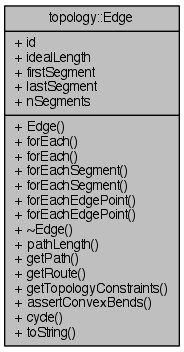
Before: documentation/classtopology_1_1Edge__coll__graph.png, a diagram exported from Graphviz (mjwybrow/adaptagrams). Its source is kept beside it as documentation/classtopology_1_1Edge__coll__graph.dot.
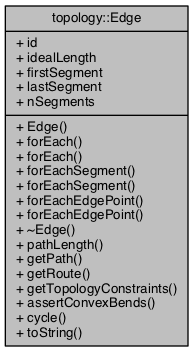
After the commit.

Change to the diagram source:
```diff
@@ -2,5 +2,5 @@
 {
   edge [fontname="Helvetica",fontsize="10",labelfontname="Helvetica",labelfontsize="10"];
   node [fontname="Helvetica",fontsize="10",shape=record];
-  Node1 [label="{topology::Edge\n|+ id\l+ idealLength\l+ firstSegment\l+ lastSegment\l+ nSegments\l|+ Edge()\l+ forEach()\l+ forEach()\l+ forEachSegment()\l+ forEachSegment()\l+ forEachEdgePoint()\l+ forEachEdgePoint()\l+ ~Edge()\l+ pathLength()\l+ getPath()\l+ getRoute()\l+ getTopologyConstraints()\l+ assertConvexBends()\l+ cycle()\l+ toString()\l}",height=0.2,width=0.4,color="black", fillcolor="grey75", style="filled" fontcolor="black"];
+  Node1 [label="{topology::Edge\n|+ id\l+ idealLength\l+ firstSegment\l+ lastSegment\l+ nSegments\l|+ Edge()\l+ forEach()\l+ forEach()\l+ forEachSegment()\l+ forEachSegment()\l+ forEachEdgePoint()\l+ forEachEdgePoint()\l+ ~Edge()\l+ pathLength()\l+ getPath()\l+ getRoute()\l+ getTopologyConstraints()\l+ assertConvexBends()\l+ cycle()\l+ toString()\l}",height=0.2,width=0.4,color="black", fillcolor="grey75", style="filled", fontcolor="black"];
 }
```
